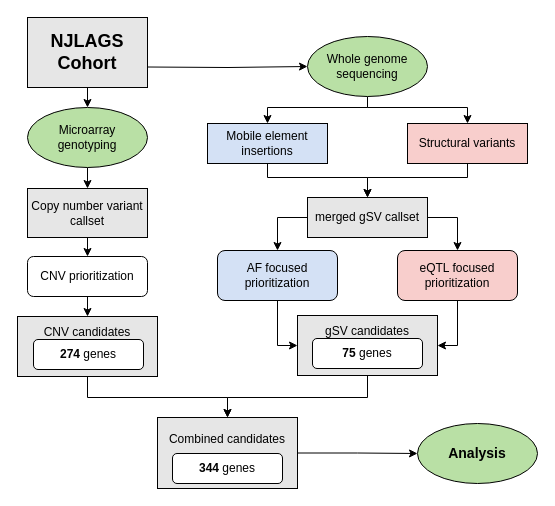
The draw.io diagram Figures_and_Tables/FullProject.drawio in RohanAlibutud/NJLAGS_SV, before the edit. Source tidied: cells renumbered, new cells numbered last; positions are measured from the earlier drawing's top-left corner, leaving out a move shared by most shapes. Both pictures are drawn from the tidied source at 100%, with x=0, y=0 at pixel (17, 17).
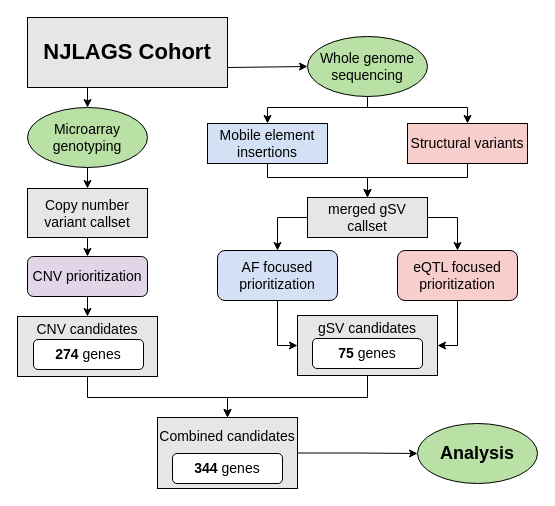
The same diagram, later.

Diff of the diagram source:
```diff
@@
+    <mxCell id="3" style="edgeStyle=orthogonalEdgeStyle;rounded=0;orthogonalLoop=1;jettySize=auto;html=1;exitX=1;exitY=0.75;exitDx=0;exitDy=0;entryX=0;entryY=0.5;entryDx=0;entryDy=0;fontSize=14;" parent="1" edge="1">
+      <mxGeometry relative="1" as="geometry">
+        <mxPoint x="130" y="49.5" as="sourcePoint" />
+        <mxPoint x="290" y="49" as="targetPoint" />
+      </mxGeometry>
+    </mxCell>
-    <mxCell id="2" style="edgeStyle=orthogonalEdgeStyle;rounded=0;jettySize=auto;html=1;exitX=0.5;exitY=1;exitDx=0;exitDy=0;entryX=0.5;entryY=0;entryDx=0;entryDy=0;" parent="1" edge="1" source="4" target="6">
+    <mxCell id="2" style="edgeStyle=orthogonalEdgeStyle;rounded=0;jettySize=auto;html=1;exitX=0.25;exitY=1;exitDx=0;exitDy=0;entryX=0.5;entryY=0;entryDx=0;entryDy=0;" parent="1" edge="1" source="4" target="6">
       <mxGeometry relative="1" as="geometry" />
     </mxCell>
-    <mxCell id="3" style="edgeStyle=orthogonalEdgeStyle;rounded=0;orthogonalLoop=1;jettySize=auto;html=1;exitX=1;exitY=0.75;exitDx=0;exitDy=0;entryX=0;entryY=0.5;entryDx=0;entryDy=0;" parent="1" edge="1">
-      <mxGeometry relative="1" as="geometry">
-        <mxPoint x="130" y="49.5" as="sourcePoint" />
-        <mxPoint x="290" y="49" as="targetPoint" />
-      </mxGeometry>
-    </mxCell>
-    <mxCell id="4" value="&lt;font style=&quot;font-size: 18px;&quot;&gt;&lt;b&gt;NJLAGS Cohort&lt;/b&gt;&lt;/font&gt;" style="rounded=0;whiteSpace=wrap;html=1;fillColor=#E6E6E6;" parent="1" vertex="1">
-      <mxGeometry x="10" width="120" height="70" as="geometry" />
+    <mxCell id="4" value="&lt;font style=&quot;font-size: 22px;&quot;&gt;&lt;b style=&quot;font-size: 22px;&quot;&gt;NJLAGS Cohort&lt;/b&gt;&lt;/font&gt;" style="rounded=0;whiteSpace=wrap;html=1;fillColor=#E6E6E6;fontSize=22;" parent="1" vertex="1">
+      <mxGeometry x="10" width="200" height="70" as="geometry" />
     </mxCell>
-    <mxCell id="5" style="edgeStyle=orthogonalEdgeStyle;rounded=0;jettySize=auto;html=1;exitX=0.5;exitY=1;exitDx=0;exitDy=0;entryX=0.5;entryY=0;entryDx=0;entryDy=0;" parent="1" edge="1" source="6" target="18">
+    <mxCell id="5" style="edgeStyle=orthogonalEdgeStyle;rounded=0;jettySize=auto;html=1;exitX=0.5;exitY=1;exitDx=0;exitDy=0;entryX=0.5;entryY=0;entryDx=0;entryDy=0;fontSize=14;" parent="1" edge="1" source="6" target="18">
       <mxGeometry relative="1" as="geometry" />
     </mxCell>
-    <mxCell id="6" value="Microarray genotyping" style="ellipse;whiteSpace=wrap;html=1;fillColor=#B9E0A5;" parent="1" vertex="1">
+    <mxCell id="6" value="Microarray genotyping" style="ellipse;whiteSpace=wrap;html=1;fillColor=#B9E0A5;fontSize=14;" parent="1" vertex="1">
       <mxGeometry x="10" y="90" width="120" height="60" as="geometry" />
     </mxCell>
-    <mxCell id="7" style="edgeStyle=orthogonalEdgeStyle;rounded=0;jettySize=auto;html=1;entryX=0.5;entryY=0;entryDx=0;entryDy=0;" parent="1" edge="1" target="11">
+    <mxCell id="7" style="edgeStyle=orthogonalEdgeStyle;rounded=0;jettySize=auto;html=1;entryX=0.5;entryY=0;entryDx=0;entryDy=0;fontSize=14;" parent="1" edge="1" target="11">
       <mxGeometry relative="1" as="geometry">
         <mxPoint x="350" y="82" as="sourcePoint" />
         <Array as="points">
           <mxPoint x="350" y="90" />
           <mxPoint x="250" y="90" />
         </Array>
       </mxGeometry>
     </mxCell>
-    <mxCell id="8" style="edgeStyle=orthogonalEdgeStyle;rounded=0;jettySize=auto;html=1;exitX=0.5;exitY=1;exitDx=0;exitDy=0;entryX=0.5;entryY=0;entryDx=0;entryDy=0;" parent="1" edge="1" source="9" target="13">
+    <mxCell id="8" style="edgeStyle=orthogonalEdgeStyle;rounded=0;jettySize=auto;html=1;exitX=0.5;exitY=1;exitDx=0;exitDy=0;entryX=0.5;entryY=0;entryDx=0;entryDy=0;fontSize=14;" parent="1" edge="1" source="9" target="13">
       <mxGeometry relative="1" as="geometry">
         <Array as="points">
           <mxPoint x="350" y="90" />
           <mxPoint x="450" y="90" />
         </Array>
       </mxGeometry>
     </mxCell>
-    <mxCell id="9" value="Whole genome sequencing" style="ellipse;whiteSpace=wrap;html=1;fillColor=#B9E0A5;" parent="1" vertex="1">
+    <mxCell id="9" value="Whole genome sequencing" style="ellipse;whiteSpace=wrap;html=1;fillColor=#B9E0A5;fontSize=14;" parent="1" vertex="1">
       <mxGeometry x="290" y="19" width="120" height="60" as="geometry" />
     </mxCell>
-    <mxCell id="10" style="edgeStyle=orthogonalEdgeStyle;rounded=0;jettySize=auto;html=1;exitX=0.5;exitY=1;exitDx=0;exitDy=0;entryX=0.5;entryY=0;entryDx=0;entryDy=0;" parent="1" edge="1" source="11" target="16">
+    <mxCell id="10" style="edgeStyle=orthogonalEdgeStyle;rounded=0;jettySize=auto;html=1;exitX=0.5;exitY=1;exitDx=0;exitDy=0;entryX=0.5;entryY=0;entryDx=0;entryDy=0;fontSize=14;" parent="1" edge="1" source="11" target="16">
       <mxGeometry relative="1" as="geometry">
         <Array as="points">
           <mxPoint x="250" y="160" />
           <mxPoint x="350" y="160" />
         </Array>
       </mxGeometry>
     </mxCell>
-    <mxCell id="11" value="Mobile element insertions" style="rounded=0;whiteSpace=wrap;html=1;fillColor=#D4E1F5;" parent="1" vertex="1">
+    <mxCell id="11" value="Mobile element insertions" style="rounded=0;whiteSpace=wrap;html=1;fillColor=#D4E1F5;fontSize=14;" parent="1" vertex="1">
       <mxGeometry x="190" y="106" width="120" height="40" as="geometry" />
     </mxCell>
-    <mxCell id="12" style="edgeStyle=orthogonalEdgeStyle;rounded=0;jettySize=auto;html=1;exitX=0.5;exitY=1;exitDx=0;exitDy=0;entryX=0.5;entryY=0;entryDx=0;entryDy=0;" parent="1" edge="1" source="13" target="16">
+    <mxCell id="12" style="edgeStyle=orthogonalEdgeStyle;rounded=0;jettySize=auto;html=1;exitX=0.5;exitY=1;exitDx=0;exitDy=0;entryX=0.5;entryY=0;entryDx=0;entryDy=0;fontSize=14;" parent="1" edge="1" source="13" target="16">
       <mxGeometry relative="1" as="geometry">
         <Array as="points">
           <mxPoint x="450" y="160" />
           <mxPoint x="350" y="160" />
         </Array>
       </mxGeometry>
     </mxCell>
-    <mxCell id="13" value="Structural variants" style="rounded=0;whiteSpace=wrap;html=1;fillColor=#F8CECC;" parent="1" vertex="1">
+    <mxCell id="13" value="Structural variants" style="rounded=0;whiteSpace=wrap;html=1;fillColor=#F8CECC;fontSize=14;" parent="1" vertex="1">
       <mxGeometry x="390" y="106" width="120" height="40" as="geometry" />
     </mxCell>
-    <mxCell id="14" style="edgeStyle=orthogonalEdgeStyle;rounded=0;jettySize=auto;html=1;exitX=0;exitY=0.5;exitDx=0;exitDy=0;entryX=0.5;entryY=0;entryDx=0;entryDy=0;" parent="1" edge="1" source="16" target="22">
+    <mxCell id="14" style="edgeStyle=orthogonalEdgeStyle;rounded=0;jettySize=auto;html=1;exitX=0;exitY=0.5;exitDx=0;exitDy=0;entryX=0.5;entryY=0;entryDx=0;entryDy=0;fontSize=14;" parent="1" edge="1" source="16" target="22">
       <mxGeometry relative="1" as="geometry" />
     </mxCell>
-    <mxCell id="15" style="edgeStyle=orthogonalEdgeStyle;rounded=0;jettySize=auto;html=1;exitX=1;exitY=0.5;exitDx=0;exitDy=0;entryX=0.5;entryY=0;entryDx=0;entryDy=0;" parent="1" edge="1" source="16" target="24">
+    <mxCell id="15" style="edgeStyle=orthogonalEdgeStyle;rounded=0;jettySize=auto;html=1;exitX=1;exitY=0.5;exitDx=0;exitDy=0;entryX=0.5;entryY=0;entryDx=0;entryDy=0;fontSize=14;" parent="1" edge="1" source="16" target="24">
       <mxGeometry relative="1" as="geometry" />
     </mxCell>
-    <mxCell id="16" value="merged gSV callset" style="rounded=0;whiteSpace=wrap;html=1;fillColor=#E6E6E6;" parent="1" vertex="1">
+    <mxCell id="16" value="merged gSV callset" style="rounded=0;whiteSpace=wrap;html=1;fillColor=#E6E6E6;fontSize=14;" parent="1" vertex="1">
       <mxGeometry x="290" y="180" width="120" height="40" as="geometry" />
     </mxCell>
-    <mxCell id="17" style="edgeStyle=orthogonalEdgeStyle;rounded=0;jettySize=auto;html=1;exitX=0.5;exitY=1;exitDx=0;exitDy=0;entryX=0.5;entryY=0;entryDx=0;entryDy=0;" parent="1" edge="1" source="18" target="20">
+    <mxCell id="17" style="edgeStyle=orthogonalEdgeStyle;rounded=0;jettySize=auto;html=1;exitX=0.5;exitY=1;exitDx=0;exitDy=0;entryX=0.5;entryY=0;entryDx=0;entryDy=0;fontSize=14;" parent="1" edge="1" source="18" target="20">
       <mxGeometry relative="1" as="geometry" />
     </mxCell>
-    <mxCell id="18" value="Copy number variant callset" style="rounded=0;whiteSpace=wrap;html=1;fillColor=#E6E6E6;" parent="1" vertex="1">
+    <mxCell id="18" value="Copy number variant callset" style="rounded=0;whiteSpace=wrap;html=1;fillColor=#E6E6E6;fontSize=14;" parent="1" vertex="1">
       <mxGeometry x="10" y="171" width="120" height="49" as="geometry" />
     </mxCell>
-    <mxCell id="19" style="edgeStyle=orthogonalEdgeStyle;rounded=0;jettySize=auto;html=1;exitX=0.5;exitY=1;exitDx=0;exitDy=0;entryX=0.5;entryY=0;entryDx=0;entryDy=0;" parent="1" edge="1" source="20" target="26">
+    <mxCell id="19" style="edgeStyle=orthogonalEdgeStyle;rounded=0;jettySize=auto;html=1;exitX=0.5;exitY=1;exitDx=0;exitDy=0;entryX=0.5;entryY=0;entryDx=0;entryDy=0;fontSize=14;" parent="1" edge="1" source="20" target="26">
       <mxGeometry relative="1" as="geometry" />
     </mxCell>
-    <mxCell id="20" value="&lt;div&gt;CNV prioritization&lt;/div&gt;" style="rounded=1;whiteSpace=wrap;html=1;" parent="1" vertex="1">
+    <mxCell id="20" value="&lt;div style=&quot;font-size: 14px;&quot;&gt;CNV prioritization&lt;/div&gt;" style="rounded=1;whiteSpace=wrap;html=1;fontSize=14;fillColor=#E1D5E7;" parent="1" vertex="1">
       <mxGeometry x="10" y="239" width="120" height="40" as="geometry" />
     </mxCell>
-    <mxCell id="21" style="edgeStyle=orthogonalEdgeStyle;rounded=0;jettySize=auto;html=1;exitX=0.5;exitY=1;exitDx=0;exitDy=0;entryX=0;entryY=0.5;entryDx=0;entryDy=0;" parent="1" edge="1" source="22" target="28">
+    <mxCell id="21" style="edgeStyle=orthogonalEdgeStyle;rounded=0;jettySize=auto;html=1;exitX=0.5;exitY=1;exitDx=0;exitDy=0;entryX=0;entryY=0.5;entryDx=0;entryDy=0;fontSize=14;" parent="1" edge="1" source="22" target="28">
       <mxGeometry relative="1" as="geometry" />
     </mxCell>
-    <mxCell id="22" value="AF focused prioritization" style="rounded=1;whiteSpace=wrap;html=1;fillColor=#D4E1F5;" parent="1" vertex="1">
+    <mxCell id="22" value="AF focused prioritization" style="rounded=1;whiteSpace=wrap;html=1;fillColor=#D4E1F5;fontSize=14;" parent="1" vertex="1">
       <mxGeometry x="200" y="233" width="120" height="50" as="geometry" />
     </mxCell>
-    <mxCell id="23" style="edgeStyle=orthogonalEdgeStyle;rounded=0;jettySize=auto;html=1;exitX=0.5;exitY=1;exitDx=0;exitDy=0;entryX=1;entryY=0.5;entryDx=0;entryDy=0;" parent="1" edge="1" source="24" target="28">
+    <mxCell id="23" style="edgeStyle=orthogonalEdgeStyle;rounded=0;jettySize=auto;html=1;exitX=0.5;exitY=1;exitDx=0;exitDy=0;entryX=1;entryY=0.5;entryDx=0;entryDy=0;fontSize=14;" parent="1" edge="1" source="24" target="28">
       <mxGeometry relative="1" as="geometry" />
     </mxCell>
-    <mxCell id="24" value="eQTL focused prioritization" style="rounded=1;whiteSpace=wrap;html=1;fillColor=#F8CECC;" parent="1" vertex="1">
+    <mxCell id="24" value="eQTL focused prioritization" style="rounded=1;whiteSpace=wrap;html=1;fillColor=#F8CECC;fontSize=14;" parent="1" vertex="1">
       <mxGeometry x="380" y="233" width="120" height="50" as="geometry" />
     </mxCell>
-    <mxCell id="25" style="edgeStyle=orthogonalEdgeStyle;rounded=0;jettySize=auto;html=1;exitX=0.5;exitY=1;exitDx=0;exitDy=0;entryX=0.5;entryY=0;entryDx=0;entryDy=0;" parent="1" edge="1" source="26" target="30">
+    <mxCell id="25" style="edgeStyle=orthogonalEdgeStyle;rounded=0;jettySize=auto;html=1;exitX=0.5;exitY=1;exitDx=0;exitDy=0;entryX=0.5;entryY=0;entryDx=0;entryDy=0;fontSize=14;" parent="1" edge="1" source="26" target="30">
       <mxGeometry relative="1" as="geometry">
         <Array as="points">
           <mxPoint x="70" y="380" />
           <mxPoint x="210" y="380" />
         </Array>
       </mxGeometry>
     </mxCell>
-    <mxCell id="26" value="&lt;div&gt;CNV candidates&lt;br&gt;&lt;/div&gt;&lt;div&gt;&lt;br&gt;&lt;/div&gt;&lt;div&gt;&amp;nbsp;&lt;br&gt;&lt;/div&gt;" style="rounded=0;whiteSpace=wrap;html=1;fillColor=#E6E6E6;" parent="1" vertex="1">
+    <mxCell id="26" value="&lt;div style=&quot;font-size: 14px;&quot;&gt;CNV candidates&lt;br style=&quot;font-size: 14px;&quot;&gt;&lt;/div&gt;&lt;div style=&quot;font-size: 14px;&quot;&gt;&lt;br style=&quot;font-size: 14px;&quot;&gt;&lt;/div&gt;&lt;div style=&quot;font-size: 14px;&quot;&gt;&amp;nbsp;&lt;br style=&quot;font-size: 14px;&quot;&gt;&lt;/div&gt;" style="rounded=0;whiteSpace=wrap;html=1;fillColor=#E6E6E6;fontSize=14;" parent="1" vertex="1">
       <mxGeometry y="299" width="140" height="60" as="geometry" />
     </mxCell>
-    <mxCell id="27" style="edgeStyle=orthogonalEdgeStyle;rounded=0;jettySize=auto;html=1;exitX=0.5;exitY=1;exitDx=0;exitDy=0;entryX=0.5;entryY=0;entryDx=0;entryDy=0;" parent="1" edge="1" source="28" target="30">
+    <mxCell id="27" style="edgeStyle=orthogonalEdgeStyle;rounded=0;jettySize=auto;html=1;exitX=0.5;exitY=1;exitDx=0;exitDy=0;entryX=0.5;entryY=0;entryDx=0;entryDy=0;fontSize=14;" parent="1" edge="1" source="28" target="30">
       <mxGeometry relative="1" as="geometry">
         <Array as="points">
           <mxPoint x="350" y="380" />
           <mxPoint x="210" y="380" />
         </Array>
       </mxGeometry>
     </mxCell>
-    <mxCell id="28" value="&lt;div&gt;gSV candidates&lt;br&gt;&lt;/div&gt;&lt;div&gt;&amp;nbsp;&lt;br&gt;&lt;/div&gt;&amp;nbsp;" style="rounded=0;whiteSpace=wrap;html=1;fillColor=#E6E6E6;" parent="1" vertex="1">
+    <mxCell id="28" value="&lt;div style=&quot;font-size: 14px;&quot;&gt;gSV candidates&lt;br style=&quot;font-size: 14px;&quot;&gt;&lt;/div&gt;&lt;div style=&quot;font-size: 14px;&quot;&gt;&amp;nbsp;&lt;br style=&quot;font-size: 14px;&quot;&gt;&lt;/div&gt;&amp;nbsp;" style="rounded=0;whiteSpace=wrap;html=1;fillColor=#E6E6E6;fontSize=14;" parent="1" vertex="1">
       <mxGeometry x="280" y="298" width="140" height="60" as="geometry" />
     </mxCell>
-    <mxCell id="29" style="edgeStyle=orthogonalEdgeStyle;rounded=0;jettySize=auto;html=1;exitX=1;exitY=0.5;exitDx=0;exitDy=0;entryX=0;entryY=0.5;entryDx=0;entryDy=0;" parent="1" edge="1" source="30" target="31">
+    <mxCell id="29" style="edgeStyle=orthogonalEdgeStyle;rounded=0;jettySize=auto;html=1;exitX=1;exitY=0.5;exitDx=0;exitDy=0;entryX=0;entryY=0.5;entryDx=0;entryDy=0;fontSize=14;" parent="1" edge="1" source="30" target="31">
       <mxGeometry relative="1" as="geometry" />
     </mxCell>
-    <mxCell id="30" value="&lt;div&gt;Combined candidates&lt;br&gt;&lt;/div&gt;&lt;div&gt;&lt;br&gt;&lt;/div&gt;&lt;div&gt;&lt;br&gt;&lt;/div&gt;" style="rounded=0;whiteSpace=wrap;html=1;fillColor=#E6E6E6;" parent="1" vertex="1">
+    <mxCell id="30" value="&lt;div style=&quot;font-size: 14px;&quot;&gt;Combined candidates&lt;br style=&quot;font-size: 14px;&quot;&gt;&lt;/div&gt;&lt;div style=&quot;font-size: 14px;&quot;&gt;&lt;br style=&quot;font-size: 14px;&quot;&gt;&lt;/div&gt;&lt;div style=&quot;font-size: 14px;&quot;&gt;&lt;br style=&quot;font-size: 14px;&quot;&gt;&lt;/div&gt;" style="rounded=0;whiteSpace=wrap;html=1;fillColor=#E6E6E6;fontSize=14;" parent="1" vertex="1">
       <mxGeometry x="140" y="400" width="140" height="71" as="geometry" />
     </mxCell>
-    <mxCell id="31" value="&lt;font style=&quot;font-size: 14px;&quot;&gt;&lt;b&gt;Analysis&lt;/b&gt;&lt;/font&gt;" style="ellipse;whiteSpace=wrap;html=1;fillColor=#B9E0A5;" parent="1" vertex="1">
+    <mxCell id="31" value="&lt;font style=&quot;font-size: 18px;&quot;&gt;&lt;b style=&quot;font-size: 18px;&quot;&gt;Analysis&lt;/b&gt;&lt;/font&gt;" style="ellipse;whiteSpace=wrap;html=1;fillColor=#B9E0A5;fontSize=18;" parent="1" vertex="1">
       <mxGeometry x="400" y="406" width="120" height="60" as="geometry" />
     </mxCell>
-    <mxCell id="32" value="&lt;b&gt;274&lt;/b&gt; genes" style="rounded=1;whiteSpace=wrap;html=1;" parent="1" vertex="1">
+    <mxCell id="32" value="&lt;b style=&quot;font-size: 14px;&quot;&gt;274&lt;/b&gt; genes" style="rounded=1;whiteSpace=wrap;html=1;fontSize=14;" parent="1" vertex="1">
       <mxGeometry x="16" y="322" width="110" height="30" as="geometry" />
     </mxCell>
-    <mxCell id="33" value="&lt;b&gt;75&lt;/b&gt; genes" style="rounded=1;whiteSpace=wrap;html=1;" parent="1" vertex="1">
+    <mxCell id="33" value="&lt;b style=&quot;font-size: 14px;&quot;&gt;75&lt;/b&gt; genes" style="rounded=1;whiteSpace=wrap;html=1;fontSize=14;" parent="1" vertex="1">
       <mxGeometry x="295" y="321" width="110" height="30" as="geometry" />
     </mxCell>
-    <mxCell id="34" value="&lt;b&gt;344&lt;/b&gt; genes" style="rounded=1;whiteSpace=wrap;html=1;" parent="1" vertex="1">
+    <mxCell id="34" value="&lt;b style=&quot;font-size: 14px;&quot;&gt;344&lt;/b&gt; genes" style="rounded=1;whiteSpace=wrap;html=1;fontSize=14;" parent="1" vertex="1">
       <mxGeometry x="155" y="436" width="110" height="30" as="geometry" />
     </mxCell>
```
